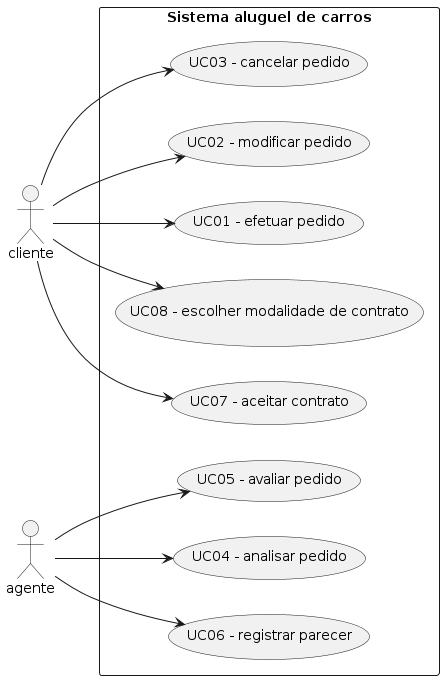
The PlantUML diagram docs/diagramas/casos-de-uso.png in brunokilo/lab02-aluguel-carros, before a commit.
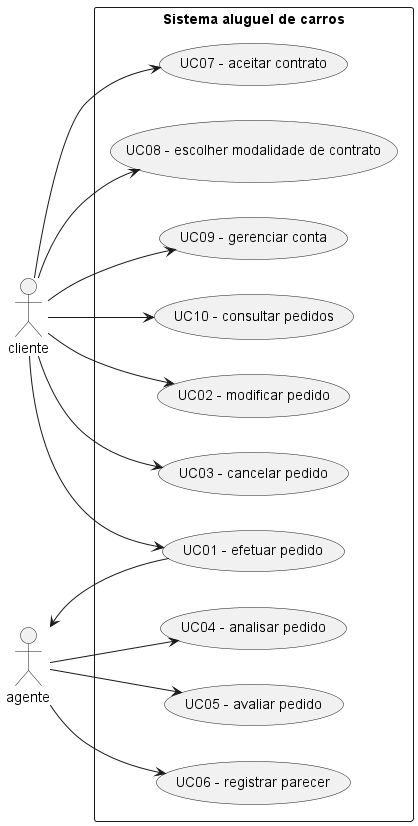
After the commit.

Commit message:
docs: adicionar caso de uso para consultar pedidos e atualizar histórias de usuário

What changed in the source:
```diff
@@ -15,6 +15,8 @@
   usecase "UC06 - registrar parecer" as UC06
   usecase "UC07 - aceitar contrato" as UC07
   usecase "UC08 - escolher modalidade de contrato" as UC08
+  usecase "UC09 - gerenciar conta" as UC09
+  usecase "UC10 - consultar pedidos" as UC10
 }
 
 cliente --> (UC01)
@@ -22,7 +24,10 @@
 cliente --> (UC03)
 cliente --> (UC07)
 cliente --> (UC08)
+cliente --> (UC09)
+cliente --> (UC10)
 agente --> (UC04)
 agente --> (UC05)
 agente --> (UC06)
+(UC01) --> agente
 @enduml
```
